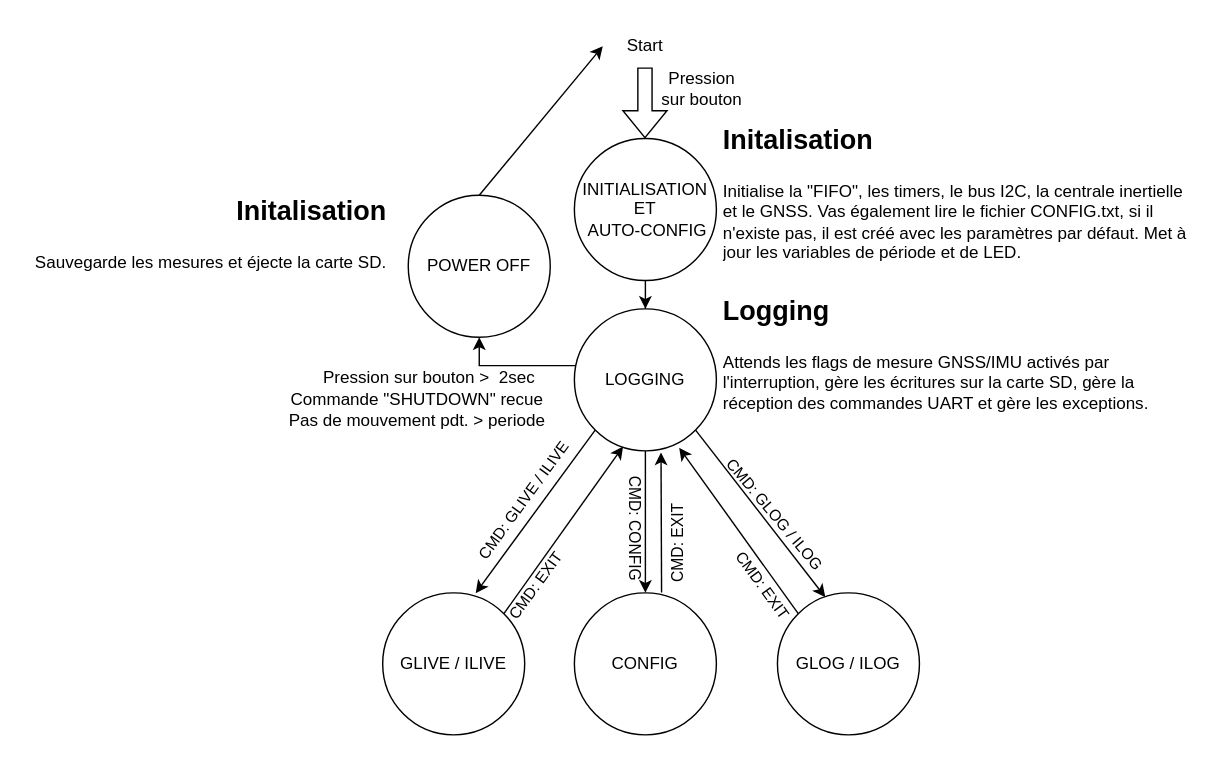
This is doc/references/schema_blocs/state_app.drawio from Ali-Z0/1924B_Miniaturized-Flight-Recorder, a draw.io file, before an edit. Source tidied: cells renumbered, new cells numbered last; positions are measured from the earlier drawing's top-left corner, leaving out a move shared by most shapes. Both pictures are drawn from the tidied source at 142%, with x=0, y=0 at pixel (24, 24).
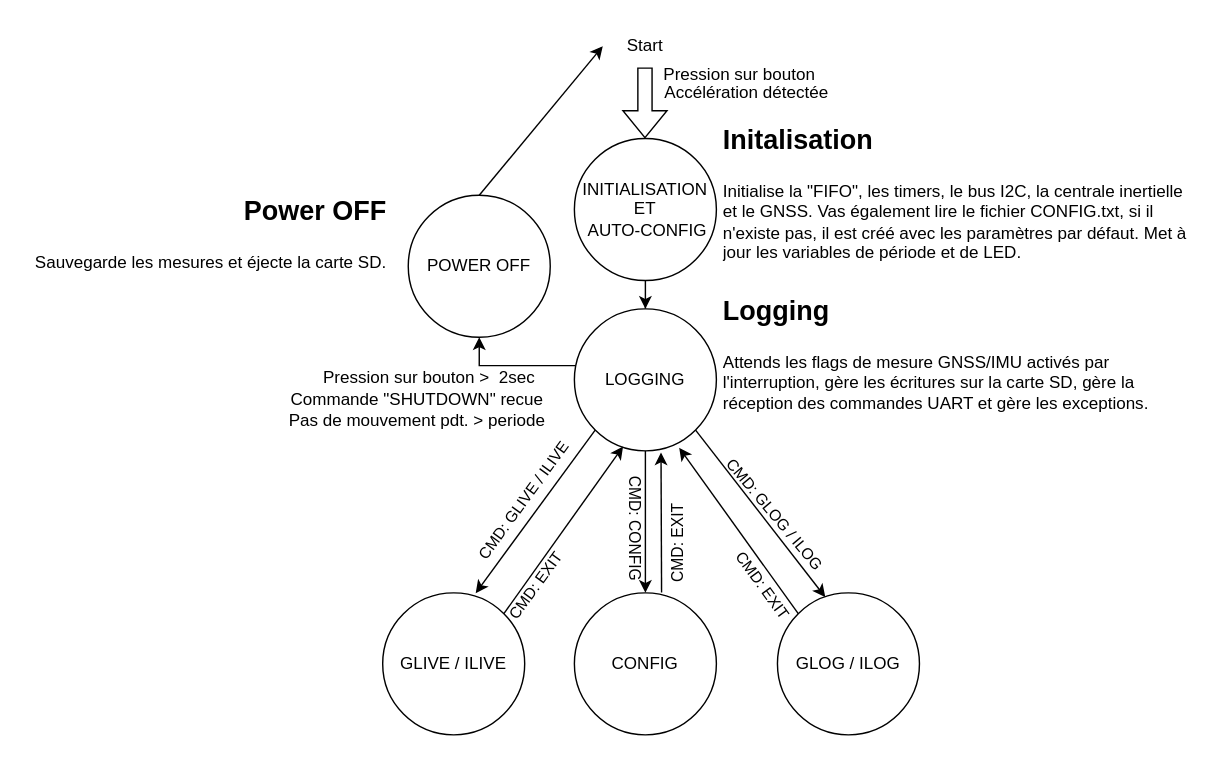
After the change.

The edit, as a diff of the source:
```diff
@@
     <mxCell id="6" value="Pression sur bouton" style="text;html=1;strokeColor=none;fillColor=none;align=center;verticalAlign=middle;whiteSpace=wrap;rounded=0;" parent="1" vertex="1">
-      <mxGeometry x="447" y="30" width="60" height="30" as="geometry" />
+      <mxGeometry x="447" y="20" width="113" height="30" as="geometry" />
     </mxCell>
@@
-    <mxCell id="12" value="&lt;h1&gt;&lt;font style=&quot;font-size: 19px;&quot;&gt;Initalisation&lt;/font&gt;&lt;/h1&gt;&lt;div&gt;Sauvegarde les mesures et éjecte la carte SD.&lt;/div&gt;" style="text;html=1;strokeColor=none;fillColor=none;spacing=5;spacingTop=-20;whiteSpace=wrap;overflow=hidden;rounded=0;verticalAlign=top;horizontal=1;align=right;" parent="1" vertex="1">
+    <mxCell id="12" value="&lt;h1&gt;&lt;font style=&quot;font-size: 19px;&quot;&gt;Power OFF&lt;/font&gt;&lt;/h1&gt;&lt;div&gt;Sauvegarde les mesures et éjecte la carte SD.&lt;/div&gt;" style="text;html=1;strokeColor=none;fillColor=none;spacing=5;spacingTop=-20;whiteSpace=wrap;overflow=hidden;rounded=0;verticalAlign=top;horizontal=1;align=right;" parent="1" vertex="1">
       <mxGeometry y="110" width="260" height="110" as="geometry" />
     </mxCell>
@@
+    <mxCell id="32" value="Accélération détectée" style="text;html=1;strokeColor=none;fillColor=none;align=center;verticalAlign=middle;whiteSpace=wrap;rounded=0;" parent="1" vertex="1">
+      <mxGeometry x="447" y="33" width="123" height="30" as="geometry" />
+    </mxCell>
```
